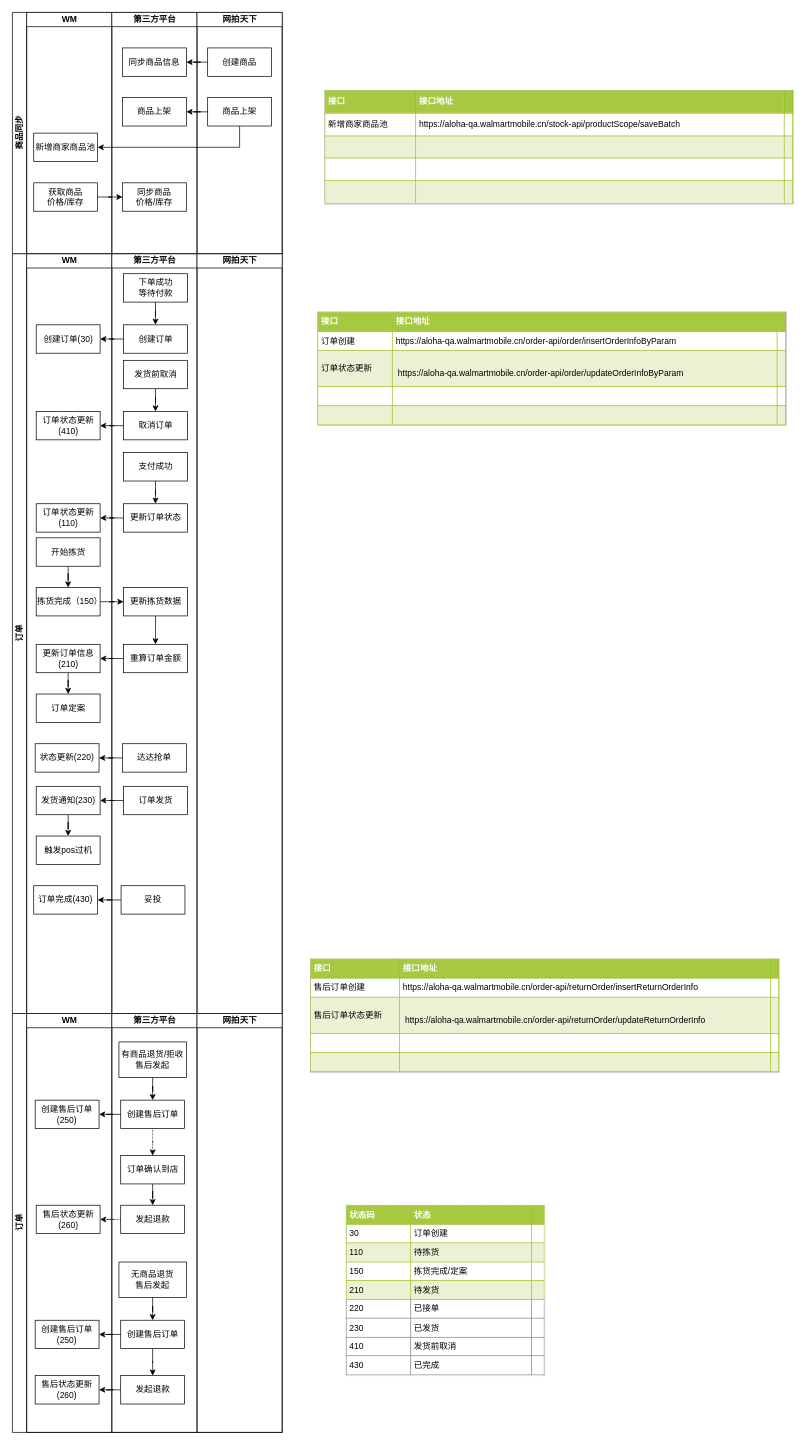
Earlier version of the draw.io diagram work/第三方平台订单对接.drawio (FYou/drawIo). Source tidied: cells renumbered, new cells numbered last; positions are measured from the earlier drawing's top-left corner, leaving out a move shared by most shapes. Both pictures are drawn from the tidied source at 71%, with x=0, y=0 at pixel (12, 12).
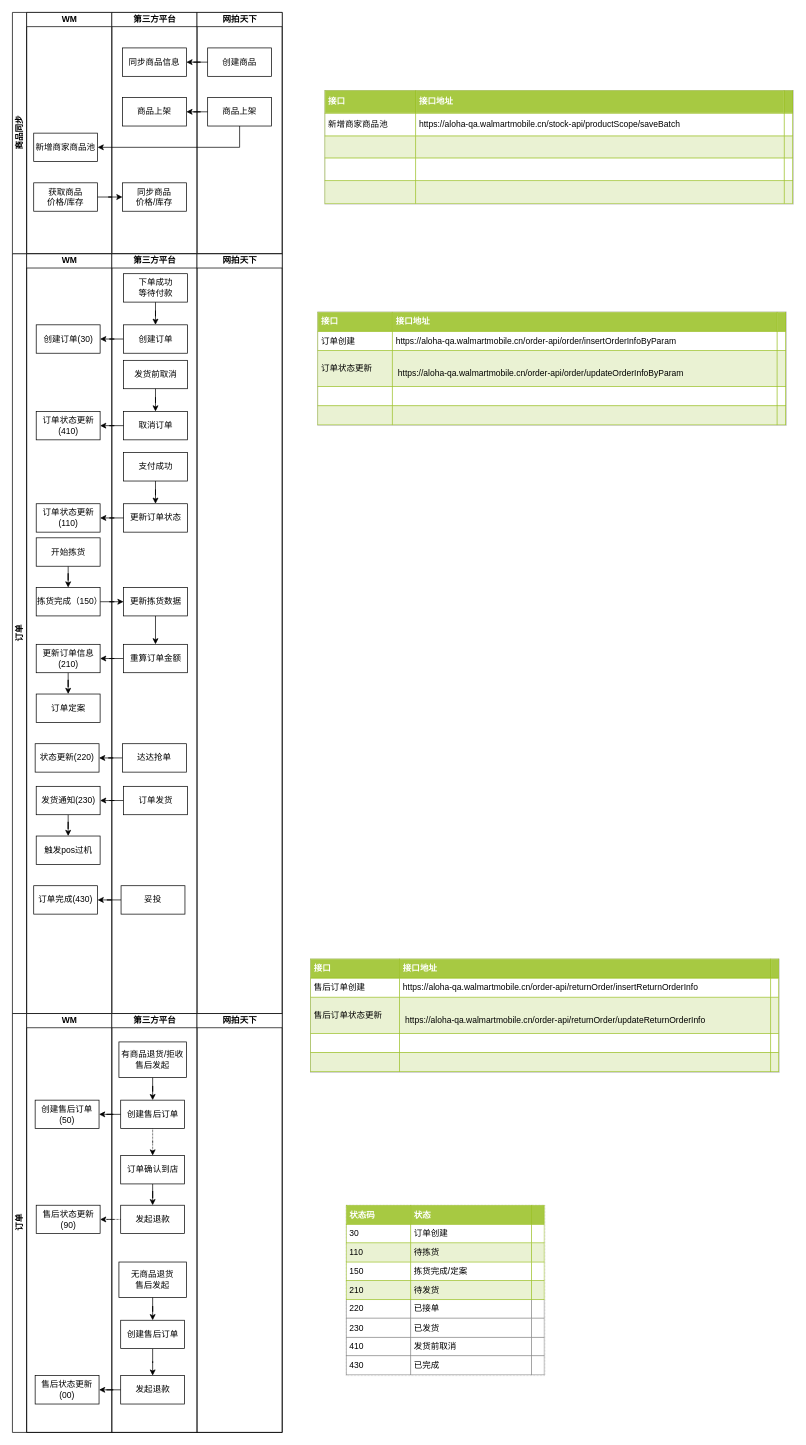
The same page after the edit.

Commit message:
Update 第三方平台订单对接.drawio

Unchanged cells that the change refers to:
```xml
<mxCell id="59" value="WM" style="swimlane;html=1;startSize=20;" parent="58" vertex="1">
  <mxGeometry x="20" width="120" height="590" as="geometry" />
</mxCell>
<mxCell id="63" value="第三方平台" style="swimlane;html=1;startSize=20;" parent="58" vertex="1">
  <mxGeometry x="140" width="120" height="590" as="geometry" />
</mxCell>
<mxCell id="74" value="创建售后订单" style="rounded=0;whiteSpace=wrap;html=1;" parent="63" vertex="1">
  <mxGeometry x="12.5" y="432" width="90" height="40" as="geometry" />
</mxCell>
```

Diff of the diagram source:
```diff
@@
-    <mxCell id="60" value="创建售后订单(250)" style="rounded=0;whiteSpace=wrap;html=1;" parent="59" vertex="1">
+    <mxCell id="60" value="创建售后订单(50)" style="rounded=0;whiteSpace=wrap;html=1;" parent="59" vertex="1">
       <mxGeometry x="12" y="122" width="90" height="40" as="geometry" />
     </mxCell>
-    <mxCell id="61" value="售后状态更新(260)" style="rounded=0;whiteSpace=wrap;html=1;" parent="59" vertex="1">
+    <mxCell id="61" value="售后状态更新(90)" style="rounded=0;whiteSpace=wrap;html=1;" parent="59" vertex="1">
       <mxGeometry x="13.5" y="270" width="90" height="40" as="geometry" />
     </mxCell>
-    <mxCell id="62" value="售后状态更新(260)" style="rounded=0;whiteSpace=wrap;html=1;" parent="59" vertex="1">
+    <mxCell id="62" value="售后状态更新(00)" style="rounded=0;whiteSpace=wrap;html=1;" parent="59" vertex="1">
       <mxGeometry x="12" y="510" width="90" height="40" as="geometry" />
     </mxCell>
@@
-    <mxCell id="71" value="创建售后订单(250)" style="rounded=0;whiteSpace=wrap;html=1;" parent="63" vertex="1">
-      <mxGeometry x="-108" y="432" width="90" height="40" as="geometry" />
-    </mxCell>
@@
-    <mxCell id="77" style="edgeStyle=orthogonalEdgeStyle;rounded=0;jettySize=auto;html=1;entryX=1;entryY=0.5;entryDx=0;entryDy=0;" parent="63" edge="1" source="74" target="71">
-      <mxGeometry relative="1" as="geometry" />
-    </mxCell>
```
